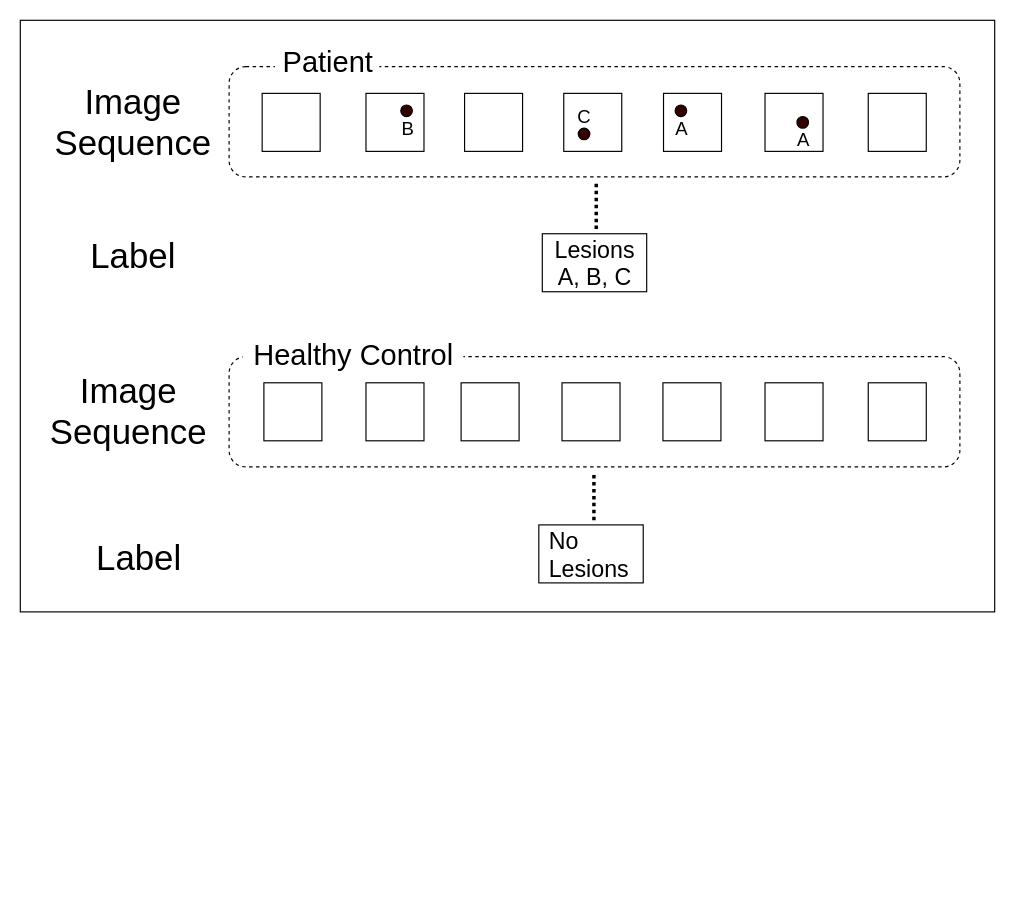
This is paper/ieice/draw.io/ieice0_1.drawio from shinn1r0/endoscopic_images2karte, a draw.io file, before an edit. Source tidied: cells renumbered, new cells numbered last; positions are measured from the earlier drawing's top-left corner, leaving out a move shared by most shapes. Both pictures are drawn from the tidied source at 116%, with x=0, y=0 at pixel (20, 20).
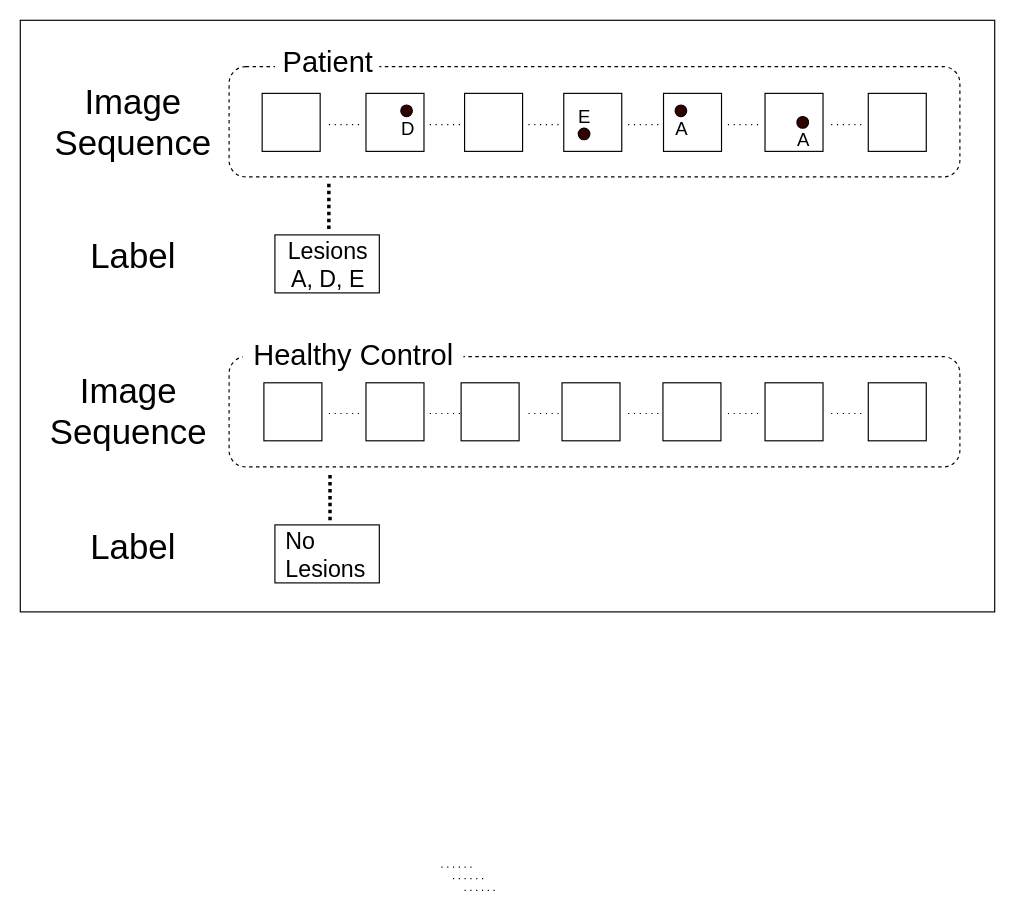
After the change.

What changed in the source:
```diff
@@
-    <mxCell id="14" value="&lt;font style=&quot;font-size: 16px&quot;&gt;B&lt;/font&gt;" style="text;html=1;align=center;verticalAlign=middle;" parent="1" vertex="1">
+    <mxCell id="14" value="&lt;font style=&quot;font-size: 16px&quot;&gt;D&lt;/font&gt;" style="text;html=1;align=center;verticalAlign=middle;" parent="1" vertex="1">
       <mxGeometry x="319" y="83" width="30" height="20" as="geometry" />
     </mxCell>
-    <mxCell id="15" value="&lt;font style=&quot;font-size: 16px&quot;&gt;C&lt;/font&gt;" style="text;html=1;align=center;verticalAlign=middle;" parent="1" vertex="1">
+    <mxCell id="15" value="&lt;font style=&quot;font-size: 16px&quot;&gt;E&lt;/font&gt;" style="text;html=1;align=center;verticalAlign=middle;" parent="1" vertex="1">
       <mxGeometry x="471" y="73" width="30" height="20" as="geometry" />
     </mxCell>
@@
-    <mxCell id="19" value="&lt;font style=&quot;font-size: 20px&quot;&gt;Lesions&lt;br&gt;A, B, C&lt;/font&gt;" style="text;html=1;align=center;verticalAlign=middle;strokeColor=#000000;" parent="1" vertex="1">
-      <mxGeometry x="450" y="184" width="90" height="50" as="geometry" />
+    <mxCell id="19" value="&lt;font style=&quot;font-size: 20px&quot;&gt;Lesions&lt;br&gt;A, D, E&lt;/font&gt;" style="text;html=1;align=center;verticalAlign=middle;strokeColor=#000000;" parent="1" vertex="1">
+      <mxGeometry x="219.5" y="185" width="90" height="50" as="geometry" />
     </mxCell>
@@
     <mxCell id="28" value="&lt;font style=&quot;font-size: 20px&quot;&gt;No&lt;br&gt;Lesions&lt;/font&gt;" style="text;html=1;align=left;verticalAlign=middle;strokeColor=#000000;spacingLeft=7;" parent="1" vertex="1">
-      <mxGeometry x="447" y="435" width="90" height="50" as="geometry" />
+      <mxGeometry x="219.5" y="435" width="90" height="50" as="geometry" />
     </mxCell>
@@
     <mxCell id="34" value="&lt;font style=&quot;font-size: 30px&quot;&gt;Label&lt;br&gt;&lt;/font&gt;" style="text;html=1;align=center;verticalAlign=middle;" parent="1" vertex="1">
-      <mxGeometry x="57" y="448" width="90" height="30" as="geometry" />
+      <mxGeometry x="52" y="439" width="90" height="30" as="geometry" />
     </mxCell>
     <mxCell id="35" style="endArrow=none;dashed=1;html=1;dashPattern=1 1;strokeWidth=3;" parent="1" edge="1">
       <mxGeometry relative="1" as="geometry">
-        <mxPoint x="496.5" y="180" as="sourcePoint" />
-        <mxPoint x="496.5" y="139" as="targetPoint" />
+        <mxPoint x="266" y="180" as="sourcePoint" />
+        <mxPoint x="266" y="139" as="targetPoint" />
       </mxGeometry>
     </mxCell>
     <mxCell id="36" style="endArrow=none;dashed=1;html=1;dashPattern=1 1;strokeWidth=3;" parent="1" edge="1">
       <mxGeometry relative="1" as="geometry">
-        <mxPoint x="494.5" y="431" as="sourcePoint" />
-        <mxPoint x="494.5" y="390" as="targetPoint" />
+        <mxPoint x="267" y="431" as="sourcePoint" />
+        <mxPoint x="267" y="390" as="targetPoint" />
       </mxGeometry>
     </mxCell>
+    <mxCell id="37" style="endArrow=none;dashed=1;html=1;dashPattern=1 4;strokeWidth=1;" parent="1" edge="1">
+      <mxGeometry relative="1" as="geometry">
+        <mxPoint x="266" y="90" as="sourcePoint" />
+        <mxPoint x="293" y="90" as="targetPoint" />
+      </mxGeometry>
+    </mxCell>
+    <mxCell id="38" style="endArrow=none;dashed=1;html=1;dashPattern=1 4;strokeWidth=1;" parent="1" edge="1">
+      <mxGeometry relative="1" as="geometry">
+        <mxPoint x="353" y="90" as="sourcePoint" />
+        <mxPoint x="380" y="90" as="targetPoint" />
+      </mxGeometry>
+    </mxCell>
+    <mxCell id="39" style="endArrow=none;dashed=1;html=1;dashPattern=1 4;strokeWidth=1;" parent="1" edge="1">
+      <mxGeometry relative="1" as="geometry">
+        <mxPoint x="438" y="90" as="sourcePoint" />
+        <mxPoint x="465" y="90" as="targetPoint" />
+      </mxGeometry>
+    </mxCell>
+    <mxCell id="40" style="endArrow=none;dashed=1;html=1;dashPattern=1 4;strokeWidth=1;" parent="1" edge="1">
+      <mxGeometry relative="1" as="geometry">
+        <mxPoint x="524" y="90" as="sourcePoint" />
+        <mxPoint x="551" y="90" as="targetPoint" />
+      </mxGeometry>
+    </mxCell>
+    <mxCell id="41" style="endArrow=none;dashed=1;html=1;dashPattern=1 4;strokeWidth=1;" parent="1" edge="1">
+      <mxGeometry relative="1" as="geometry">
+        <mxPoint x="610" y="90" as="sourcePoint" />
+        <mxPoint x="637" y="90" as="targetPoint" />
+      </mxGeometry>
+    </mxCell>
+    <mxCell id="42" style="endArrow=none;dashed=1;html=1;dashPattern=1 4;strokeWidth=1;" parent="1" edge="1">
+      <mxGeometry relative="1" as="geometry">
+        <mxPoint x="699" y="90" as="sourcePoint" />
+        <mxPoint x="726" y="90" as="targetPoint" />
+      </mxGeometry>
+    </mxCell>
+    <mxCell id="43" style="endArrow=none;dashed=1;html=1;dashPattern=1 4;strokeWidth=1;" parent="1" edge="1">
+      <mxGeometry relative="1" as="geometry">
+        <mxPoint x="363" y="730" as="sourcePoint" />
+        <mxPoint x="390" y="730" as="targetPoint" />
+      </mxGeometry>
+    </mxCell>
+    <mxCell id="44" style="endArrow=none;dashed=1;html=1;dashPattern=1 4;strokeWidth=1;" parent="1" edge="1">
+      <mxGeometry relative="1" as="geometry">
+        <mxPoint x="373" y="740" as="sourcePoint" />
+        <mxPoint x="400" y="740" as="targetPoint" />
+      </mxGeometry>
+    </mxCell>
+    <mxCell id="45" style="endArrow=none;dashed=1;html=1;dashPattern=1 4;strokeWidth=1;" parent="1" edge="1">
+      <mxGeometry relative="1" as="geometry">
+        <mxPoint x="383" y="750" as="sourcePoint" />
+        <mxPoint x="410" y="750" as="targetPoint" />
+      </mxGeometry>
+    </mxCell>
+    <mxCell id="46" style="endArrow=none;dashed=1;html=1;dashPattern=1 4;strokeWidth=1;" parent="1" edge="1">
+      <mxGeometry relative="1" as="geometry">
+        <mxPoint x="266" y="339" as="sourcePoint" />
+        <mxPoint x="293" y="339" as="targetPoint" />
+      </mxGeometry>
+    </mxCell>
+    <mxCell id="47" style="endArrow=none;dashed=1;html=1;dashPattern=1 4;strokeWidth=1;" parent="1" edge="1">
+      <mxGeometry relative="1" as="geometry">
+        <mxPoint x="353" y="339" as="sourcePoint" />
+        <mxPoint x="380" y="339" as="targetPoint" />
+      </mxGeometry>
+    </mxCell>
+    <mxCell id="48" style="endArrow=none;dashed=1;html=1;dashPattern=1 4;strokeWidth=1;" parent="1" edge="1">
+      <mxGeometry relative="1" as="geometry">
+        <mxPoint x="438" y="339" as="sourcePoint" />
+        <mxPoint x="465" y="339" as="targetPoint" />
+      </mxGeometry>
+    </mxCell>
+    <mxCell id="49" style="endArrow=none;dashed=1;html=1;dashPattern=1 4;strokeWidth=1;" parent="1" edge="1">
+      <mxGeometry relative="1" as="geometry">
+        <mxPoint x="524" y="339" as="sourcePoint" />
+        <mxPoint x="551" y="339" as="targetPoint" />
+      </mxGeometry>
+    </mxCell>
+    <mxCell id="50" style="endArrow=none;dashed=1;html=1;dashPattern=1 4;strokeWidth=1;" parent="1" edge="1">
+      <mxGeometry relative="1" as="geometry">
+        <mxPoint x="610" y="339" as="sourcePoint" />
+        <mxPoint x="637" y="339" as="targetPoint" />
+      </mxGeometry>
+    </mxCell>
+    <mxCell id="51" style="endArrow=none;dashed=1;html=1;dashPattern=1 4;strokeWidth=1;" parent="1" edge="1">
+      <mxGeometry relative="1" as="geometry">
+        <mxPoint x="699" y="339" as="sourcePoint" />
+        <mxPoint x="726" y="339" as="targetPoint" />
+      </mxGeometry>
+    </mxCell>
```
